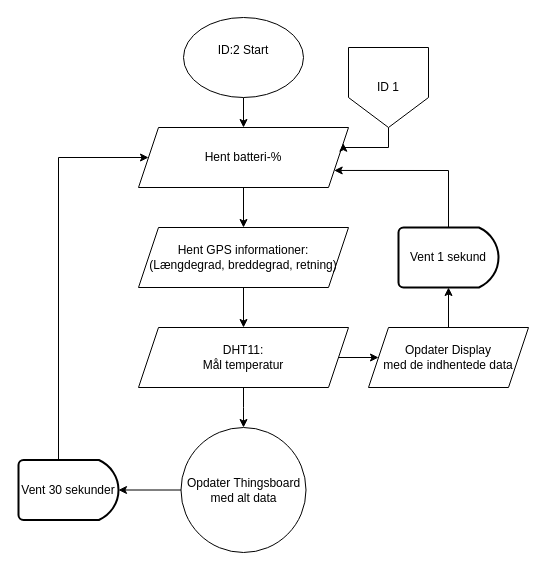
The draw.io diagram ID 02, P1/ID2 V1 Info på Display.drawio in KEA-E24-B9-IOT1/E24-B9-IoT1, before the edit. Source tidied: cells renumbered, new cells numbered last; positions are measured from the earlier drawing's top-left corner, leaving out a move shared by most shapes. Both pictures are drawn from the tidied source at 100%, with x=0, y=0 at pixel (18, 17).
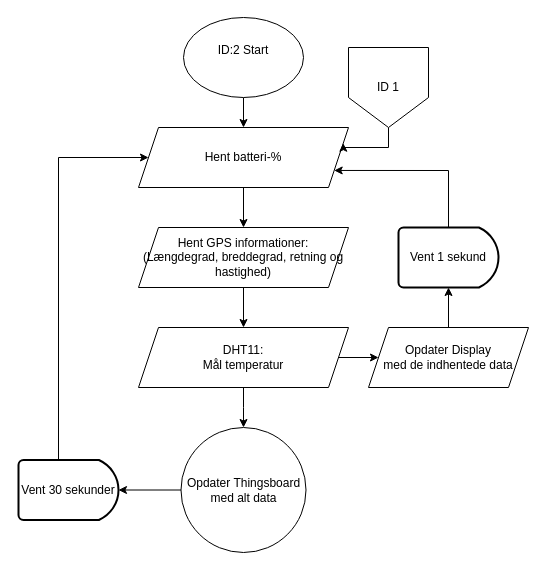
The same diagram, later.

Commit message:
Tilføjet hastighed på GPS info

The edit, as a diff of the source:
```diff
@@
-    <mxCell id="14" value="Hent GPS informationer:&lt;br&gt;(Længdegrad, breddegrad, retning)" style="shape=parallelogram;perimeter=parallelogramPerimeter;whiteSpace=wrap;html=1;fixedSize=1;" parent="1" vertex="1">
+    <mxCell id="14" value="Hent GPS informationer:&lt;br&gt;(Længdegrad, breddegrad, retning og hastighed)" style="shape=parallelogram;perimeter=parallelogramPerimeter;whiteSpace=wrap;html=1;fixedSize=1;" parent="1" vertex="1">
       <mxGeometry x="120" y="210" width="210" height="60" as="geometry" />
     </mxCell>
```
